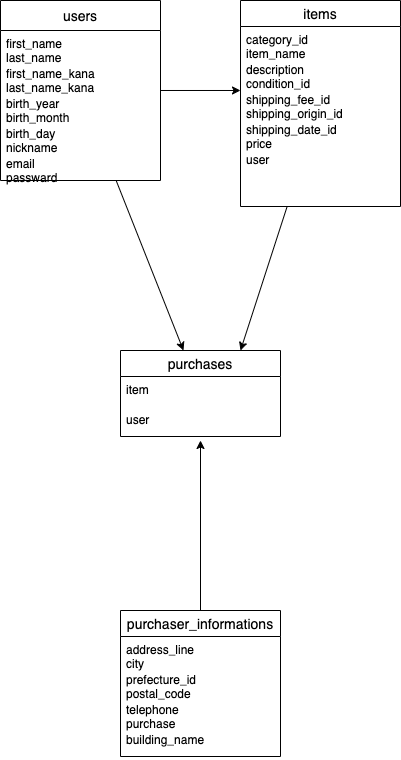
The draw.io diagram furima.png in minamoit/furima-39233, before a commit. Source tidied: cells renumbered, new cells last; positions are measured from the earlier drawing's top-left corner, leaving out a move shared by most shapes.
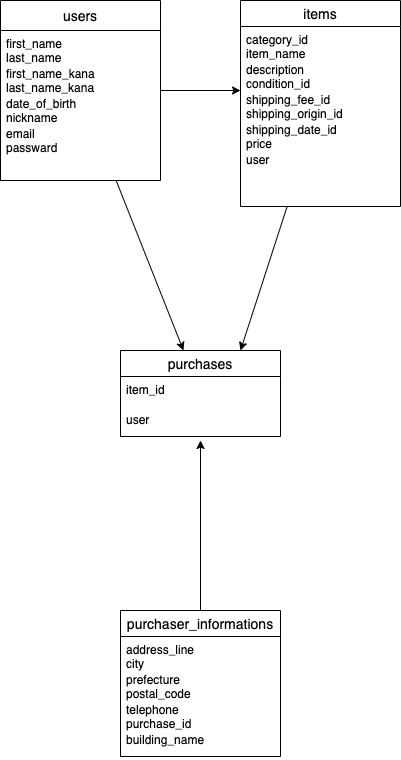
The same file after the commit.

Change to the diagram source:
```diff
@@ -23,13 +23,13 @@
     <mxCell id="7" value="first_name_kana&#10;last_name_kana" style="text;strokeColor=none;fillColor=none;spacingLeft=4;spacingRight=4;overflow=hidden;fontSize=12;rounded=0;" parent="5" vertex="1">
       <mxGeometry y="60" width="160" height="30" as="geometry" />
     </mxCell>
-    <mxCell id="8" value="birth_year&#10;birth_month&#10;&#10;&#10;birth_day&#10;nickname&#10;email&#10;passward" style="text;strokeColor=none;fillColor=none;spacingLeft=4;spacingRight=4;overflow=hidden;fontSize=12;rounded=0;" parent="5" vertex="1">
+    <mxCell id="8" value="date_of_birth&#10;nickname&#10;email&#10;passward" style="text;strokeColor=none;fillColor=none;spacingLeft=4;spacingRight=4;overflow=hidden;fontSize=12;rounded=0;" parent="5" vertex="1">
       <mxGeometry y="90" width="160" height="30" as="geometry" />
     </mxCell>
-    <mxCell id="9" value="birth_day&#10;nickname&#10;email&#10;" style="text;strokeColor=none;fillColor=none;spacingLeft=4;spacingRight=4;overflow=hidden;fontSize=12;rounded=0;" parent="5" vertex="1">
+    <mxCell id="9" value="email&#10;passward" style="text;strokeColor=none;fillColor=none;spacingLeft=4;spacingRight=4;overflow=hidden;fontSize=12;rounded=0;" parent="5" vertex="1">
       <mxGeometry y="120" width="160" height="30" as="geometry" />
     </mxCell>
-    <mxCell id="10" value="email&#10;passward" style="text;strokeColor=none;fillColor=none;spacingLeft=4;spacingRight=4;overflow=hidden;fontSize=12;rounded=0;" parent="5" vertex="1">
+    <mxCell id="10" style="text;strokeColor=none;fillColor=none;spacingLeft=4;spacingRight=4;overflow=hidden;fontSize=12;rounded=0;" parent="5" vertex="1">
       <mxGeometry y="150" width="160" height="30" as="geometry" />
     </mxCell>
     <mxCell id="11" style="edgeStyle=none;html=1;entryX=0.75;entryY=0;entryDx=0;entryDy=0;" parent="1" edge="1" source="12" target="25">
@@ -67,10 +67,10 @@
     <mxCell id="21" value="address_line&#10;city&#10;" style="text;strokeColor=none;fillColor=none;spacingLeft=4;spacingRight=4;overflow=hidden;fontSize=12;" parent="20" vertex="1">
       <mxGeometry y="26" width="160" height="30" as="geometry" />
     </mxCell>
-    <mxCell id="22" value="prefecture_id&#10;postal_code" style="text;strokeColor=none;fillColor=none;spacingLeft=4;spacingRight=4;overflow=hidden;fontSize=12;" parent="20" vertex="1">
+    <mxCell id="22" value="prefecture&#10;postal_code" style="text;strokeColor=none;fillColor=none;spacingLeft=4;spacingRight=4;overflow=hidden;fontSize=12;" parent="20" vertex="1">
       <mxGeometry y="56" width="160" height="30" as="geometry" />
     </mxCell>
-    <mxCell id="23" value="telephone&#10;purchase&#10;building_name" style="text;strokeColor=none;fillColor=none;spacingLeft=4;spacingRight=4;overflow=hidden;fontSize=12;" parent="20" vertex="1">
+    <mxCell id="23" value="telephone&#10;purchase_id&#10;building_name" style="text;strokeColor=none;fillColor=none;spacingLeft=4;spacingRight=4;overflow=hidden;fontSize=12;" parent="20" vertex="1">
       <mxGeometry y="86" width="160" height="30" as="geometry" />
     </mxCell>
     <mxCell id="24" value="building_name" style="text;strokeColor=none;fillColor=none;spacingLeft=4;spacingRight=4;overflow=hidden;fontSize=12;" parent="20" vertex="1">
@@ -79,7 +79,7 @@
     <mxCell id="25" value="purchases" style="swimlane;fontStyle=0;horizontal=1;startSize=26;align=center;fontSize=14;" parent="1" vertex="1">
       <mxGeometry x="120" y="350" width="160" height="86" as="geometry" />
     </mxCell>
-    <mxCell id="26" value="item" style="text;strokeColor=none;fillColor=none;spacingLeft=4;spacingRight=4;overflow=hidden;fontSize=12;" parent="25" vertex="1">
+    <mxCell id="26" value="item_id" style="text;strokeColor=none;fillColor=none;spacingLeft=4;spacingRight=4;overflow=hidden;fontSize=12;" parent="25" vertex="1">
       <mxGeometry y="26" width="160" height="30" as="geometry" />
     </mxCell>
     <mxCell id="27" value="user" style="text;strokeColor=none;fillColor=none;spacingLeft=4;spacingRight=4;overflow=hidden;fontSize=12;" parent="25" vertex="1">
```
